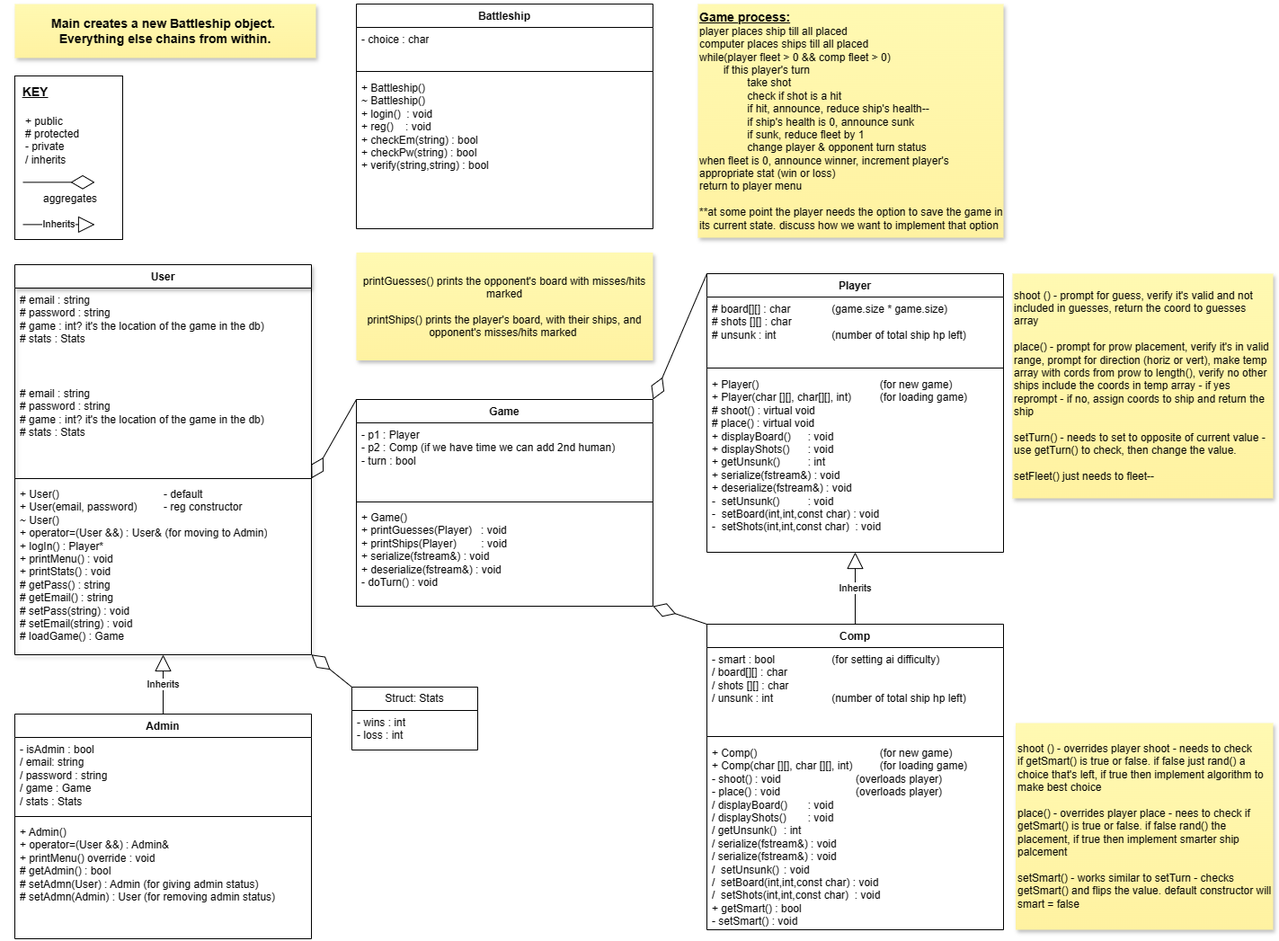
Above: BattleshipClasses.drawio.png in StephaniePeacock/Battleship (draw.io), before the change. Source tidied: cells renumbered, new cells last; positions are measured from the earlier drawing's top-left corner, leaving out a move shared by most shapes.
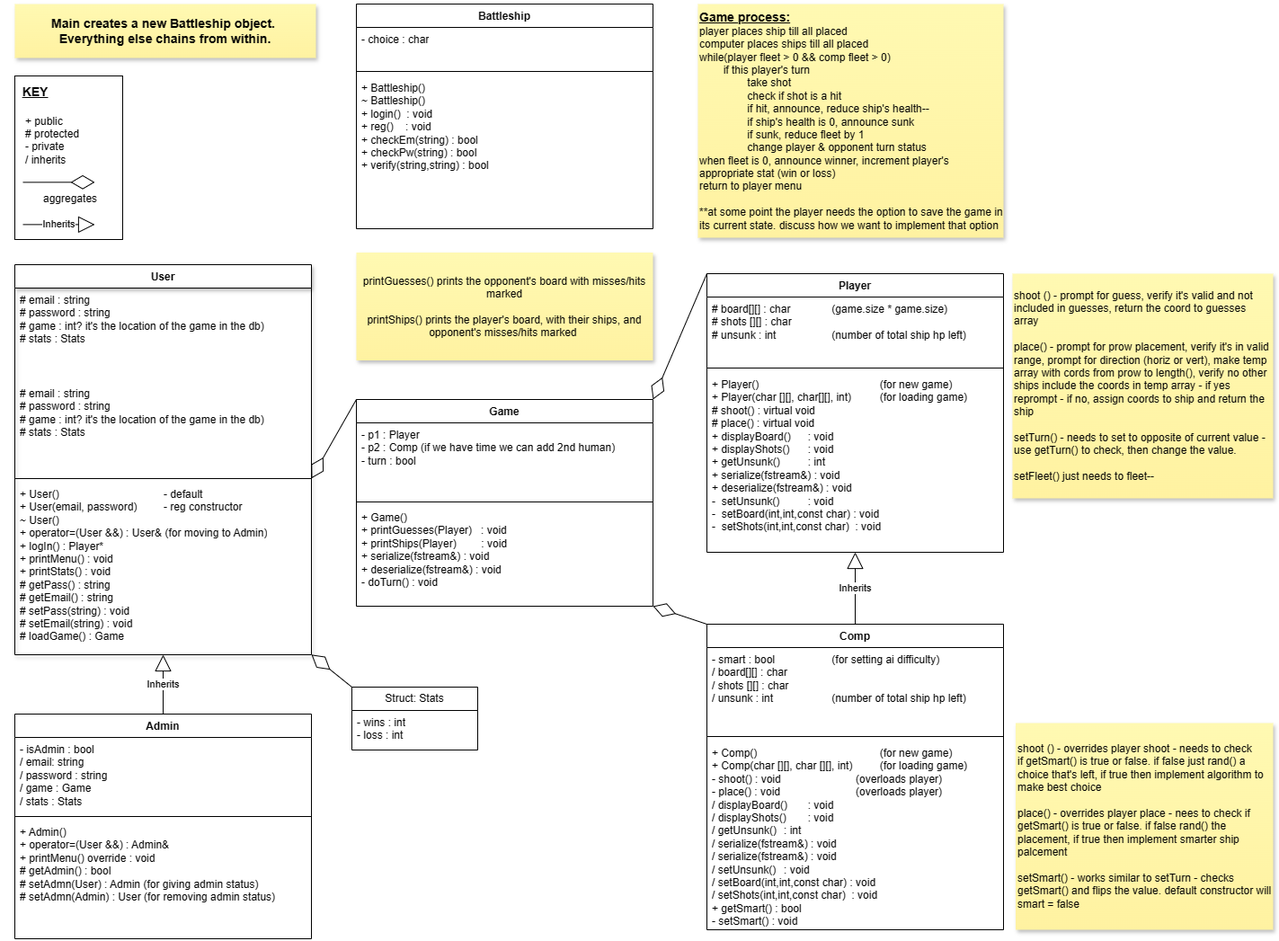
After the commit.

Change to the diagram source:
```diff
@@ -71,7 +71,7 @@
     <mxCell id="24" style="line;strokeWidth=1;fillColor=none;align=left;verticalAlign=middle;spacingTop=-1;spacingLeft=3;spacingRight=3;labelPosition=right;strokeColor=inherit;" parent="22" vertex="1">
       <mxGeometry y="120" width="330" height="10" as="geometry" />
     </mxCell>
-    <mxCell id="25" value="+ Comp() &lt;span style=&quot;white-space: pre;&quot;&gt;&#9;&lt;/span&gt;&lt;span style=&quot;white-space: pre;&quot;&gt;&#9;&lt;/span&gt;&lt;span style=&quot;white-space: pre;&quot;&gt;&#9;&lt;/span&gt;&lt;span style=&quot;white-space: pre;&quot;&gt;&#9;&lt;/span&gt;&lt;span style=&quot;white-space: pre;&quot;&gt;&#9;&lt;/span&gt;(for new game)&lt;div&gt;+ Comp(char [][], char [][], int) &lt;span style=&quot;white-space: pre;&quot;&gt;&#9;&lt;/span&gt;(for loading game)&lt;/div&gt;&lt;div&gt;&lt;div&gt;- shoot() : void&lt;span style=&quot;white-space: pre;&quot;&gt;&#9;&lt;/span&gt;&lt;span style=&quot;white-space: pre;&quot;&gt;&#9;&lt;span style=&quot;white-space: pre;&quot;&gt;&#9;&lt;/span&gt;&lt;span style=&quot;white-space: pre;&quot;&gt;&#9;&lt;/span&gt;&lt;/span&gt;(overloads player)&lt;span style=&quot;white-space: pre;&quot;&gt;&#9;&lt;/span&gt;&lt;span style=&quot;white-space: pre;&quot;&gt;&#9;&lt;/span&gt;&lt;/div&gt;&lt;div&gt;- place() : void&lt;span style=&quot;white-space: pre;&quot;&gt;&#9;&lt;/span&gt;&lt;span style=&quot;white-space: pre;&quot;&gt;&#9;&lt;/span&gt;&lt;span style=&quot;white-space: pre;&quot;&gt;&#9;&lt;/span&gt;&lt;span style=&quot;white-space: pre;&quot;&gt;&#9;&lt;/span&gt;&lt;span style=&quot;background-color: initial;&quot;&gt;(overloads player)&lt;/span&gt;&lt;/div&gt;&lt;div&gt;/ displayBoard()&amp;nbsp;&lt;span style=&quot;white-space: pre;&quot;&gt;&#9;&lt;/span&gt;: void&lt;/div&gt;&lt;div&gt;/ displayShots()&amp;nbsp;&lt;span style=&quot;white-space: pre;&quot;&gt;&#9;&lt;/span&gt;: void&lt;/div&gt;&lt;div&gt;/ getUnsunk()&amp;nbsp;&lt;span style=&quot;white-space: pre;&quot;&gt;&#9;&lt;/span&gt;: int&lt;/div&gt;&lt;div&gt;/ serialize(fstream&amp;amp;) : void&lt;/div&gt;&lt;div&gt;/ serialize(fstream&amp;amp;) : void&lt;/div&gt;&lt;div&gt;/&amp;nbsp; setUnsunk()&amp;nbsp;&lt;span style=&quot;white-space: pre;&quot;&gt;&#9;&lt;/span&gt;: void&lt;/div&gt;&lt;div&gt;&lt;div&gt;/&amp;nbsp; setBoard(int,int,const char) : void&lt;/div&gt;&lt;div&gt;/&amp;nbsp; setShots(int,int,const char)&amp;nbsp; : void&lt;/div&gt;&lt;/div&gt;&lt;/div&gt;&lt;div&gt;+ getSmart() : bool&lt;/div&gt;&lt;div&gt;- setSmart() : void&lt;span style=&quot;white-space: pre;&quot;&gt;&#9;&lt;/span&gt;&lt;/div&gt;" style="text;strokeColor=none;fillColor=none;align=left;verticalAlign=top;spacingLeft=4;spacingRight=4;overflow=hidden;whiteSpace=wrap;html=1;" parent="22" vertex="1">
+    <mxCell id="25" value="+ Comp() &lt;span style=&quot;white-space: pre;&quot;&gt;&#9;&lt;/span&gt;&lt;span style=&quot;white-space: pre;&quot;&gt;&#9;&lt;/span&gt;&lt;span style=&quot;white-space: pre;&quot;&gt;&#9;&lt;/span&gt;&lt;span style=&quot;white-space: pre;&quot;&gt;&#9;&lt;/span&gt;&lt;span style=&quot;white-space: pre;&quot;&gt;&#9;&lt;/span&gt;(for new game)&lt;div&gt;+ Comp(char [][], char [][], int) &lt;span style=&quot;white-space: pre;&quot;&gt;&#9;&lt;/span&gt;(for loading game)&lt;/div&gt;&lt;div&gt;&lt;div&gt;- shoot() : void&lt;span style=&quot;white-space: pre;&quot;&gt;&#9;&lt;/span&gt;&lt;span style=&quot;white-space: pre;&quot;&gt;&#9;&lt;span style=&quot;white-space: pre;&quot;&gt;&#9;&lt;/span&gt;&lt;span style=&quot;white-space: pre;&quot;&gt;&#9;&lt;/span&gt;&lt;/span&gt;(overloads player)&lt;span style=&quot;white-space: pre;&quot;&gt;&#9;&lt;/span&gt;&lt;span style=&quot;white-space: pre;&quot;&gt;&#9;&lt;/span&gt;&lt;/div&gt;&lt;div&gt;- place() : void&lt;span style=&quot;white-space: pre;&quot;&gt;&#9;&lt;/span&gt;&lt;span style=&quot;white-space: pre;&quot;&gt;&#9;&lt;/span&gt;&lt;span style=&quot;white-space: pre;&quot;&gt;&#9;&lt;/span&gt;&lt;span style=&quot;white-space: pre;&quot;&gt;&#9;&lt;/span&gt;&lt;span style=&quot;background-color: initial;&quot;&gt;(overloads player)&lt;/span&gt;&lt;/div&gt;&lt;div&gt;/ displayBoard()&amp;nbsp;&lt;span style=&quot;white-space: pre;&quot;&gt;&#9;&lt;/span&gt;: void&lt;/div&gt;&lt;div&gt;/ displayShots()&amp;nbsp;&lt;span style=&quot;white-space: pre;&quot;&gt;&#9;&lt;/span&gt;: void&lt;/div&gt;&lt;div&gt;/ getUnsunk()&amp;nbsp;&lt;span style=&quot;white-space: pre;&quot;&gt;&#9;&lt;/span&gt;: int&lt;/div&gt;&lt;div&gt;/ serialize(fstream&amp;amp;) : void&lt;/div&gt;&lt;div&gt;/ serialize(fstream&amp;amp;) : void&lt;/div&gt;&lt;div&gt;/ setUnsunk()&amp;nbsp;&lt;span style=&quot;white-space: pre;&quot;&gt;&#9;&lt;/span&gt;: void&lt;/div&gt;&lt;div&gt;&lt;div&gt;/ setBoard(int,int,const char) : void&lt;/div&gt;&lt;div&gt;/ setShots(int,int,const char)&amp;nbsp; : void&lt;/div&gt;&lt;/div&gt;&lt;/div&gt;&lt;div&gt;+ getSmart() : bool&lt;/div&gt;&lt;div&gt;- setSmart() : void&lt;span style=&quot;white-space: pre;&quot;&gt;&#9;&lt;/span&gt;&lt;/div&gt;" style="text;strokeColor=none;fillColor=none;align=left;verticalAlign=top;spacingLeft=4;spacingRight=4;overflow=hidden;whiteSpace=wrap;html=1;" parent="22" vertex="1">
       <mxGeometry y="130" width="330" height="210" as="geometry" />
     </mxCell>
     <mxCell id="26" value="shoot () - overrides player shoot - needs to check&amp;nbsp;&lt;div&gt;if getSmart() is true or false. if false just rand() a choice that's left, if true then implement algorithm to make best choice&lt;div&gt;&lt;br&gt;&lt;/div&gt;&lt;div&gt;place() - overrides player place - nees to check if getSmart() is true or false. if false rand() the placement, if true then implement smarter ship palcement&lt;/div&gt;&lt;div&gt;&lt;br&gt;&lt;/div&gt;&lt;div&gt;setSmart() - works similar to setTurn - checks getSmart() and flips the value. default constructor will smart = false&lt;/div&gt;&lt;/div&gt;" style="shape=note;whiteSpace=wrap;html=1;backgroundOutline=1;fontColor=#000000;darkOpacity=0.05;fillColor=#FFF9B2;strokeColor=none;fillStyle=solid;direction=west;gradientDirection=north;gradientColor=#FFF2A1;shadow=1;size=0;align=left;" parent="1" vertex="1">
```
